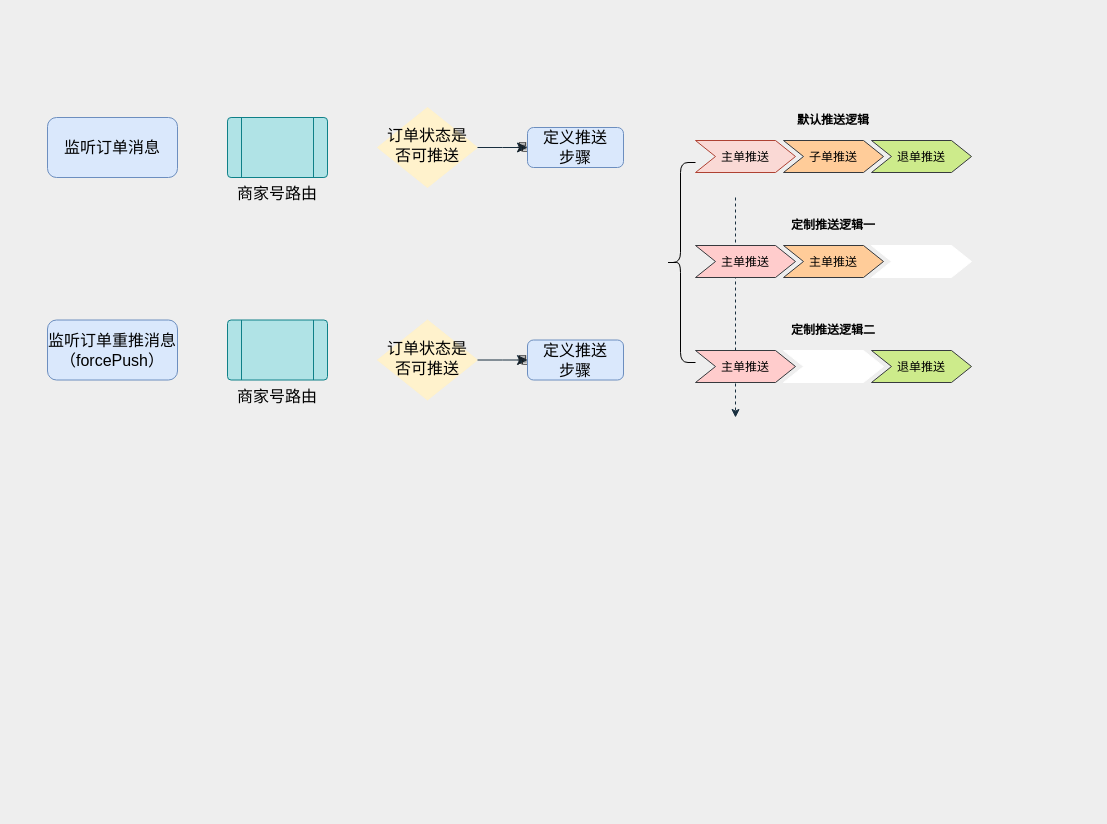
sjh724/draw.io keeps this draw.io diagram as 订单推送线下补偿逻辑.drawio. Above is the earlier version. Source tidied: cells renumbered, new cells numbered last; positions are measured from the earlier drawing's top-left corner, leaving out a move shared by most shapes. Both pictures are drawn from the tidied source at 100%, with x=0, y=0 at pixel (47, 107).
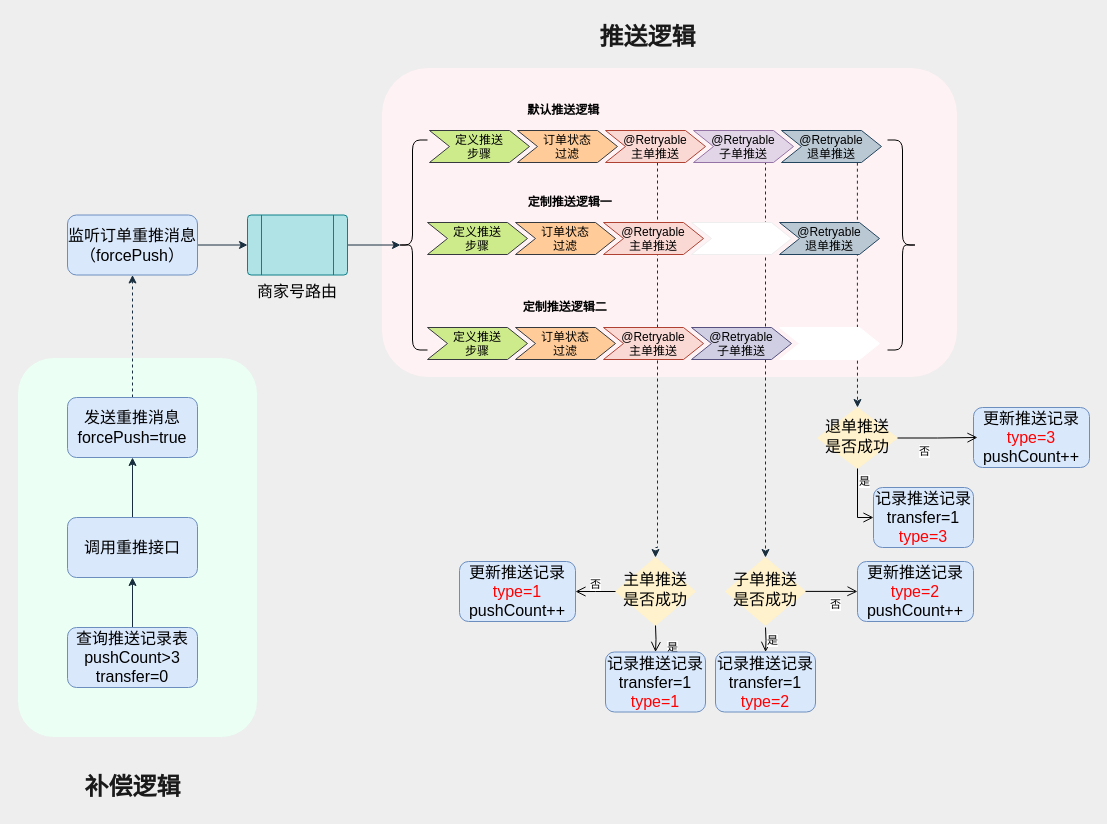
The same diagram, later.

Commit message (it also covers changes not shown here):
更新订单推送线下补偿逻辑.drawio

Change to the diagram source:
```diff
@@
-    <mxCell id="2" value="监听订单消息" style="rounded=1;whiteSpace=wrap;html=1;fontSize=16;glass=0;strokeWidth=1;shadow=0;fillColor=#dae8fc;strokeColor=#6c8ebf;" parent="1" vertex="1">
-      <mxGeometry y="10" width="130" height="60" as="geometry" />
-    </mxCell>
+    <mxCell id="26" style="rounded=1;whiteSpace=wrap;html=1;sketch=0;fontSize=12;fontColor=#1A1A1A;strokeColor=#EEEEEE;fillColor=#FFF2F4;" parent="1" vertex="1">
+      <mxGeometry x="334" y="-40" width="576" height="310" as="geometry" />
+    </mxCell>
+    <mxCell id="27" style="rounded=1;whiteSpace=wrap;html=1;sketch=0;fontSize=12;fontColor=#1A1A1A;strokeColor=#EEEEEE;fillColor=#EBFFF4;" parent="1" vertex="1">
+      <mxGeometry x="-30" y="250" width="240" height="380" as="geometry" />
+    </mxCell>
+    <mxCell id="28" style="edgeStyle=orthogonalEdgeStyle;endArrow=classic;html=1;rounded=0;sketch=0;fontSize=16;fontColor=#1A1A1A;strokeColor=#182E3E;dashed=1;exitX=0.759;exitY=1.005;exitDx=0;exitDy=0;exitPerimeter=0;entryX=0.5;entryY=0;entryDx=0;entryDy=0;startSize=6;endSize=6;jumpSize=6;" parent="1" edge="1" source="31" target="49">
+      <mxGeometry relative="1" as="geometry" />
+    </mxCell>
+    <mxCell id="29" style="edgeStyle=segmentEdgeStyle;endArrow=classic;html=1;rounded=0;sketch=0;fontSize=16;fontColor=#1A1A1A;strokeColor=#182E3E;dashed=1;exitX=0.731;exitY=1.002;exitDx=0;exitDy=0;exitPerimeter=0;entryX=0.5;entryY=0;entryDx=0;entryDy=0;" parent="1" edge="1" source="30" target="52">
+      <mxGeometry relative="1" as="geometry" />
+    </mxCell>
+    <mxCell id="5" style="edgeStyle=orthogonalEdgeStyle;endArrow=classic;html=1;rounded=0;sketch=0;fontSize=16;fontColor=#1A1A1A;strokeColor=#182E3E;dashed=1;entryX=0.5;entryY=0;entryDx=0;entryDy=0;" parent="1" edge="1" source="6" target="55">
+      <mxGeometry relative="1" as="geometry">
+        <Array as="points">
+          <mxPoint x="610" y="440" />
+          <mxPoint x="608" y="440" />
+        </Array>
+      </mxGeometry>
+    </mxCell>
     <mxCell id="3" style="shape=curlyBracket;whiteSpace=wrap;html=1;rounded=1;sketch=0;fontSize=16;fontColor=#1A1A1A;strokeColor=#000000;fillColor=#FFF2CC;" parent="1" vertex="1">
-      <mxGeometry x="618" y="55" width="30" height="200" as="geometry" />
+      <mxGeometry x="350" y="32.5" width="30" height="210" as="geometry" />
     </mxCell>
-    <mxCell id="4" value="默认推送逻辑" style="swimlane;horizontal=1;fillColor=none;strokeColor=none;stackBorder=10;align=center;fontColor=#000000;rounded=0;sketch=0;fontSize=12;" parent="1" vertex="1">
-      <mxGeometry x="638" width="296" height="75" as="geometry" />
+    <mxCell id="4" value="默认推送逻辑                                                       " style="swimlane;horizontal=1;fillColor=none;strokeColor=none;stackBorder=10;align=center;fontColor=#000000;rounded=0;sketch=0;fontSize=12;" parent="1" vertex="1">
+      <mxGeometry x="372" y="-10" width="472" height="75" as="geometry" />
     </mxCell>
-    <mxCell id="5" style="edgeStyle=segmentEdgeStyle;endArrow=classic;html=1;rounded=0;sketch=0;fontSize=16;fontColor=#1A1A1A;strokeColor=#182E3E;dashed=1;" parent="4" edge="1">
-      <mxGeometry relative="1" as="geometry">
-        <mxPoint x="50" y="90" as="sourcePoint" />
-        <mxPoint x="50" y="310" as="targetPoint" />
-      </mxGeometry>
-    </mxCell>
+    <mxCell id="8" value="定义推送&#10;步骤" style="shape=step;perimeter=stepPerimeter;fixedSize=1;rounded=0;sketch=0;fontSize=12;strokeColor=#36393d;fillColor=#cdeb8b;" parent="4" vertex="1">
+      <mxGeometry x="10" y="33" width="100" height="32" as="geometry" />
+    </mxCell>
+    <mxCell id="7" value="订单状态&#10;过滤" style="shape=step;perimeter=stepPerimeter;fixedSize=1;rounded=0;sketch=0;fontSize=12;strokeColor=#36393d;fillColor=#ffcc99;" parent="4" vertex="1">
+      <mxGeometry x="98" y="33" width="100" height="32" as="geometry" />
+    </mxCell>
-    <mxCell id="6" value="主单推送" style="shape=step;perimeter=stepPerimeter;fixedSize=1;points=[];rounded=0;sketch=0;fontSize=12;strokeColor=#ae4132;fillColor=#fad9d5;" parent="4" vertex="1">
-      <mxGeometry x="10" y="33" width="100" height="32" as="geometry" />
+    <mxCell id="6" value="@Retryable&#10;主单推送" style="shape=step;perimeter=stepPerimeter;fixedSize=1;points=[];rounded=0;sketch=0;fontSize=12;strokeColor=#ae4132;fillColor=#fad9d5;" parent="4" vertex="1">
+      <mxGeometry x="186" y="33" width="100" height="32" as="geometry" />
     </mxCell>
-    <mxCell id="7" value="子单推送" style="shape=step;perimeter=stepPerimeter;fixedSize=1;rounded=0;sketch=0;fontSize=12;strokeColor=#36393d;fillColor=#ffcc99;" parent="4" vertex="1">
-      <mxGeometry x="98" y="33" width="100" height="32" as="geometry" />
-    </mxCell>
-    <mxCell id="8" value="退单推送" style="shape=step;perimeter=stepPerimeter;fixedSize=1;rounded=0;sketch=0;fontSize=12;strokeColor=#36393d;fillColor=#cdeb8b;" parent="4" vertex="1">
-      <mxGeometry x="186" y="33" width="100" height="32" as="geometry" />
-    </mxCell>
+    <mxCell id="30" value="@Retryable&#10;子单推送" style="shape=step;perimeter=stepPerimeter;fixedSize=1;points=[];rounded=0;sketch=0;fontSize=12;strokeColor=#9673a6;fillColor=#e1d5e7;" parent="4" vertex="1">
+      <mxGeometry x="274" y="33" width="100" height="32" as="geometry" />
+    </mxCell>
+    <mxCell id="31" value="@Retryable&#10;退单推送" style="shape=step;perimeter=stepPerimeter;fixedSize=1;points=[];rounded=0;sketch=0;fontSize=12;strokeColor=#23445d;fillColor=#bac8d3;" parent="4" vertex="1">
+      <mxGeometry x="362" y="33" width="100" height="32" as="geometry" />
+    </mxCell>
-    <mxCell id="9" value="定制推送逻辑二" style="swimlane;horizontal=1;fillColor=none;strokeColor=none;stackBorder=10;align=center;fontColor=#000000;rounded=0;sketch=0;fontSize=12;startSize=23;" parent="1" vertex="1">
-      <mxGeometry x="638" y="210" width="296" height="75" as="geometry" />
+    <mxCell id="9" value="定制推送逻辑二                                                     " style="swimlane;horizontal=1;fillColor=none;strokeColor=none;stackBorder=10;align=center;fontColor=#000000;rounded=0;sketch=0;fontSize=12;startSize=23;" parent="1" vertex="1">
+      <mxGeometry x="370" y="187" width="472" height="75" as="geometry" />
     </mxCell>
-    <mxCell id="10" value="主单推送" style="shape=step;perimeter=stepPerimeter;fixedSize=1;rounded=0;sketch=0;fontSize=12;strokeColor=#36393d;fillColor=#ffcccc;" parent="9" vertex="1">
+    <mxCell id="10" value="定义推送&#10;步骤" style="shape=step;perimeter=stepPerimeter;fixedSize=1;rounded=0;sketch=0;fontSize=12;strokeColor=#36393d;fillColor=#cdeb8b;" parent="9" vertex="1">
       <mxGeometry x="10" y="33" width="100" height="32" as="geometry" />
     </mxCell>
-    <mxCell id="11" style="shape=step;perimeter=stepPerimeter;fixedSize=1;rounded=0;sketch=0;fontSize=12;fontColor=#1A1A1A;strokeColor=#FFFFFF;fillColor=#FFFFFF;" parent="9" vertex="1">
+    <mxCell id="11" value="订单状态&#10;过滤" style="shape=step;perimeter=stepPerimeter;fixedSize=1;rounded=0;sketch=0;fontSize=12;strokeColor=#36393d;fillColor=#ffcc99;" parent="9" vertex="1">
       <mxGeometry x="98" y="33" width="100" height="32" as="geometry" />
     </mxCell>
-    <mxCell id="12" value="退单推送" style="shape=step;perimeter=stepPerimeter;fixedSize=1;rounded=0;sketch=0;fontSize=12;strokeColor=#36393d;fillColor=#cdeb8b;" parent="9" vertex="1">
+    <mxCell id="12" value="@Retryable&#10;主单推送" style="shape=step;perimeter=stepPerimeter;fixedSize=1;rounded=0;sketch=0;fontSize=12;strokeColor=#ae4132;fillColor=#fad9d5;" parent="9" vertex="1">
       <mxGeometry x="186" y="33" width="100" height="32" as="geometry" />
     </mxCell>
+    <mxCell id="32" value="@Retryable&#10;子单推送" style="shape=step;perimeter=stepPerimeter;fixedSize=1;rounded=0;sketch=0;fontSize=12;strokeColor=#56517e;fillColor=#d0cee2;" parent="9" vertex="1">
+      <mxGeometry x="274" y="33" width="100" height="32" as="geometry" />
+    </mxCell>
+    <mxCell id="33" style="shape=step;perimeter=stepPerimeter;fixedSize=1;rounded=0;sketch=0;fontSize=12;strokeColor=#FFFFFF;fillColor=#FFFFFF;" parent="9" vertex="1">
+      <mxGeometry x="362" y="33" width="100" height="32" as="geometry" />
+    </mxCell>
-    <mxCell id="13" value="定制推送逻辑一" style="swimlane;horizontal=1;fillColor=none;strokeColor=none;stackBorder=10;align=center;fontColor=#000000;rounded=0;sketch=0;fontSize=12;startSize=23;" parent="1" vertex="1">
-      <mxGeometry x="638" y="105" width="296" height="75" as="geometry" />
+    <mxCell id="13" value="定制推送逻辑一                                                  " style="swimlane;horizontal=1;fillColor=none;strokeColor=none;stackBorder=10;align=center;fontColor=#000000;rounded=0;sketch=0;fontSize=12;startSize=23;" parent="1" vertex="1">
+      <mxGeometry x="370" y="82" width="472" height="75" as="geometry" />
     </mxCell>
-    <mxCell id="14" value="主单推送" style="shape=step;perimeter=stepPerimeter;fixedSize=1;rounded=0;sketch=0;fontSize=12;strokeColor=#36393d;fillColor=#ffcccc;" parent="13" vertex="1">
+    <mxCell id="14" value="定义推送&#10;步骤" style="shape=step;perimeter=stepPerimeter;fixedSize=1;rounded=0;sketch=0;fontSize=12;strokeColor=#36393d;fillColor=#cdeb8b;" parent="13" vertex="1">
       <mxGeometry x="10" y="33" width="100" height="32" as="geometry" />
     </mxCell>
-    <mxCell id="15" value="主单推送" style="shape=step;perimeter=stepPerimeter;fixedSize=1;rounded=0;sketch=0;fontSize=12;strokeColor=#36393d;fillColor=#ffcc99;" parent="13" vertex="1">
+    <mxCell id="15" value="订单状态&#10;过滤" style="shape=step;perimeter=stepPerimeter;fixedSize=1;rounded=0;sketch=0;fontSize=12;strokeColor=#36393d;fillColor=#ffcc99;" parent="13" vertex="1">
       <mxGeometry x="98" y="33" width="100" height="32" as="geometry" />
     </mxCell>
-    <mxCell id="16" style="shape=step;perimeter=stepPerimeter;fixedSize=1;rounded=0;sketch=0;fontSize=12;fontColor=#1A1A1A;strokeColor=#FFFFFF;fillColor=#FFFFFF;" parent="13" vertex="1">
+    <mxCell id="16" value="@Retryable&#10;主单推送" style="shape=step;perimeter=stepPerimeter;fixedSize=1;rounded=0;sketch=0;fontSize=12;strokeColor=#ae4132;fillColor=#fad9d5;" parent="13" vertex="1">
       <mxGeometry x="186" y="33" width="100" height="32" as="geometry" />
     </mxCell>
-    <mxCell id="17" value="订单状态是否可推送" style="rhombus;whiteSpace=wrap;html=1;shadow=0;fontFamily=Helvetica;fontSize=16;align=center;strokeWidth=1;spacing=6;spacingTop=-4;fillColor=#FFF2CC;strokeColor=#FFF2CC;" parent="1" vertex="1">
-      <mxGeometry x="330" width="100" height="80" as="geometry" />
-    </mxCell>
-    <mxCell id="18" value="是" style="rounded=0;html=1;jettySize=auto;fontSize=11;endArrow=classic;endFill=1;endSize=8;strokeWidth=1;shadow=0;labelBackgroundColor=none;edgeStyle=orthogonalEdgeStyle;strokeColor=#182E3E;fontColor=#1A1A1A;exitX=1;exitY=0.5;exitDx=0;exitDy=0;" parent="1" edge="1" source="17">
-      <mxGeometry y="20" relative="1" as="geometry">
-        <mxPoint x="480" y="40" as="targetPoint" />
-      </mxGeometry>
-    </mxCell>
-    <mxCell id="19" value="定义推送&lt;br&gt;步骤" style="rounded=1;whiteSpace=wrap;html=1;fontSize=16;glass=0;strokeWidth=1;shadow=0;fillColor=#dae8fc;strokeColor=#6c8ebf;" parent="1" vertex="1">
-      <mxGeometry x="480" y="20" width="96" height="40" as="geometry" />
-    </mxCell>
+    <mxCell id="34" style="shape=step;perimeter=stepPerimeter;fixedSize=1;rounded=0;sketch=0;fontSize=12;strokeColor=#EEEEEE;fillColor=#FFFFFF;" parent="13" vertex="1">
+      <mxGeometry x="274" y="33" width="100" height="32" as="geometry" />
+    </mxCell>
+    <mxCell id="35" value="@Retryable&#10;退单推送" style="shape=step;perimeter=stepPerimeter;fixedSize=1;rounded=0;sketch=0;fontSize=12;strokeColor=#23445d;fillColor=#bac8d3;" parent="13" vertex="1">
+      <mxGeometry x="362" y="33" width="100" height="32" as="geometry" />
+    </mxCell>
+    <mxCell id="36" style="edgeStyle=orthogonalEdgeStyle;rounded=0;sketch=0;jettySize=auto;html=1;fontSize=12;fontColor=#1A1A1A;endArrow=classic;endFill=1;strokeColor=#182E3E;" parent="1" edge="1" source="20" target="22">
+      <mxGeometry relative="1" as="geometry" />
+    </mxCell>
     <mxCell id="20" value="监听订单重推消息&lt;br&gt;（forcePush）" style="rounded=1;whiteSpace=wrap;html=1;fontSize=16;glass=0;strokeWidth=1;shadow=0;fillColor=#dae8fc;strokeColor=#6c8ebf;" parent="1" vertex="1">
-      <mxGeometry y="212.5" width="130" height="60" as="geometry" />
+      <mxGeometry x="20" y="107.5" width="130" height="60" as="geometry" />
     </mxCell>
-    <mxCell id="21" value="&lt;span style=&quot;font-size: 16px&quot;&gt;商家号路由&lt;/span&gt;" style="verticalLabelPosition=bottom;verticalAlign=top;html=1;shape=process;whiteSpace=wrap;rounded=1;size=0.14;arcSize=6;sketch=0;fontSize=12;strokeColor=#0e8088;fillColor=#b0e3e6;" parent="1" vertex="1">
-      <mxGeometry x="180" y="10" width="100" height="60" as="geometry" />
-    </mxCell>
+    <mxCell id="37" style="edgeStyle=orthogonalEdgeStyle;rounded=0;sketch=0;jettySize=auto;html=1;fontSize=12;fontColor=#1A1A1A;endArrow=classic;endFill=1;strokeColor=#182E3E;entryX=0.1;entryY=0.5;entryDx=0;entryDy=0;entryPerimeter=0;" parent="1" edge="1" source="22" target="3">
+      <mxGeometry relative="1" as="geometry" />
+    </mxCell>
     <mxCell id="22" value="&lt;span style=&quot;font-size: 16px&quot;&gt;商家号路由&lt;/span&gt;" style="verticalLabelPosition=bottom;verticalAlign=top;html=1;shape=process;whiteSpace=wrap;rounded=1;size=0.14;arcSize=6;sketch=0;fontSize=12;strokeColor=#0e8088;fillColor=#b0e3e6;" parent="1" vertex="1">
-      <mxGeometry x="180" y="212.5" width="100" height="60" as="geometry" />
+      <mxGeometry x="200" y="107.5" width="100" height="60" as="geometry" />
     </mxCell>
-    <mxCell id="23" value="订单状态是否可推送" style="rhombus;whiteSpace=wrap;html=1;shadow=0;fontFamily=Helvetica;fontSize=16;align=center;strokeWidth=1;spacing=6;spacingTop=-4;fillColor=#FFF2CC;strokeColor=#FFF2CC;" parent="1" vertex="1">
-      <mxGeometry x="330" y="212.5" width="100" height="80" as="geometry" />
-    </mxCell>
-    <mxCell id="24" value="是" style="rounded=0;html=1;jettySize=auto;fontSize=11;endArrow=classic;endFill=1;endSize=8;strokeWidth=1;shadow=0;labelBackgroundColor=none;edgeStyle=orthogonalEdgeStyle;strokeColor=#182E3E;fontColor=#1A1A1A;exitX=1;exitY=0.5;exitDx=0;exitDy=0;" parent="1" edge="1" source="23">
-      <mxGeometry y="20" relative="1" as="geometry">
-        <mxPoint x="480" y="252.5" as="targetPoint" />
-      </mxGeometry>
-    </mxCell>
-    <mxCell id="25" value="定义推送&lt;br&gt;步骤" style="rounded=1;whiteSpace=wrap;html=1;fontSize=16;glass=0;strokeWidth=1;shadow=0;fillColor=#dae8fc;strokeColor=#6c8ebf;" parent="1" vertex="1">
-      <mxGeometry x="480" y="232.5" width="96" height="40" as="geometry" />
-    </mxCell>
+    <mxCell id="38" style="shape=curlyBracket;whiteSpace=wrap;html=1;rounded=1;flipH=1;sketch=0;fontSize=12;fontColor=#1A1A1A;strokeColor=#000000;fillColor=#000000;" parent="1" vertex="1">
+      <mxGeometry x="840" y="32.5" width="30" height="210" as="geometry" />
+    </mxCell>
+    <mxCell id="39" style="edgeStyle=orthogonalEdgeStyle;rounded=0;sketch=0;jettySize=auto;html=1;fontSize=12;fontColor=#1A1A1A;endArrow=classic;endFill=1;strokeColor=#182E3E;" parent="1" edge="1" source="40" target="42">
+      <mxGeometry relative="1" as="geometry" />
+    </mxCell>
+    <mxCell id="40" value="查询推送记录表&lt;br&gt;pushCount&amp;gt;3&lt;br&gt;transfer=0" style="rounded=1;whiteSpace=wrap;html=1;fontSize=16;glass=0;strokeWidth=1;shadow=0;fillColor=#dae8fc;strokeColor=#6c8ebf;" parent="1" vertex="1">
+      <mxGeometry x="20" y="520" width="130" height="60" as="geometry" />
+    </mxCell>
+    <mxCell id="41" style="edgeStyle=orthogonalEdgeStyle;rounded=0;sketch=0;jettySize=auto;html=1;fontSize=12;fontColor=#1A1A1A;endArrow=classic;endFill=1;strokeColor=#182E3E;" parent="1" edge="1" source="42" target="44">
+      <mxGeometry relative="1" as="geometry" />
+    </mxCell>
+    <mxCell id="42" value="调用重推接口" style="rounded=1;whiteSpace=wrap;html=1;fontSize=16;glass=0;strokeWidth=1;shadow=0;fillColor=#dae8fc;strokeColor=#6c8ebf;" parent="1" vertex="1">
+      <mxGeometry x="20" y="410" width="130" height="60" as="geometry" />
+    </mxCell>
+    <mxCell id="43" style="edgeStyle=orthogonalEdgeStyle;rounded=0;sketch=0;jettySize=auto;html=1;fontSize=12;fontColor=#1A1A1A;endArrow=classic;endFill=1;strokeColor=#182E3E;dashed=1;" parent="1" edge="1" source="44" target="20">
+      <mxGeometry relative="1" as="geometry" />
+    </mxCell>
+    <mxCell id="44" value="发送重推消息&lt;br&gt;forcePush=true" style="rounded=1;whiteSpace=wrap;html=1;fontSize=16;glass=0;strokeWidth=1;shadow=0;fillColor=#dae8fc;strokeColor=#6c8ebf;" parent="1" vertex="1">
+      <mxGeometry x="20" y="290" width="130" height="60" as="geometry" />
+    </mxCell>
+    <mxCell id="45" value="补偿逻辑" style="text;strokeColor=none;fillColor=none;html=1;fontSize=24;fontStyle=1;verticalAlign=middle;align=center;rounded=0;sketch=0;fontColor=#1A1A1A;" parent="1" vertex="1">
+      <mxGeometry x="35" y="660" width="100" height="40" as="geometry" />
+    </mxCell>
+    <mxCell id="46" value="推送逻辑" style="text;strokeColor=none;fillColor=none;html=1;fontSize=24;fontStyle=1;verticalAlign=middle;align=center;rounded=0;sketch=0;fontColor=#1A1A1A;" parent="1" vertex="1">
+      <mxGeometry x="550" y="-90" width="100" height="40" as="geometry" />
+    </mxCell>
+    <mxCell id="47" value="记录推送记录&lt;br&gt;transfer=1&lt;br&gt;&lt;font color=&quot;#ff0000&quot;&gt;type=2&lt;/font&gt;" style="rounded=1;whiteSpace=wrap;html=1;fontSize=16;glass=0;strokeWidth=1;shadow=0;fillColor=#dae8fc;strokeColor=#6c8ebf;" parent="1" vertex="1">
+      <mxGeometry x="668" y="544.5" width="100" height="60" as="geometry" />
+    </mxCell>
+    <mxCell id="48" value="更新推送记录&lt;br&gt;&lt;font color=&quot;#ff0000&quot;&gt;type=3&lt;/font&gt;&lt;br&gt;pushCount++" style="rounded=1;whiteSpace=wrap;html=1;fontSize=16;glass=0;strokeWidth=1;shadow=0;fillColor=#dae8fc;strokeColor=#6c8ebf;" parent="1" vertex="1">
+      <mxGeometry x="926" y="300" width="116" height="60" as="geometry" />
+    </mxCell>
+    <mxCell id="49" value="退单推送&lt;br&gt;是否成功" style="rhombus;whiteSpace=wrap;html=1;shadow=0;fontFamily=Helvetica;fontSize=16;align=center;strokeWidth=1;spacing=6;spacingTop=-4;fillColor=#FFF2CC;strokeColor=#FFF2CC;" parent="1" vertex="1">
+      <mxGeometry x="770" y="300" width="80" height="61" as="geometry" />
+    </mxCell>
+    <mxCell id="50" value="是" style="edgeStyle=orthogonalEdgeStyle;html=1;align=left;verticalAlign=top;endArrow=open;endSize=8;strokeColor=#000000;rounded=0;entryX=0;entryY=0.5;entryDx=0;entryDy=0;" parent="1" edge="1" target="61">
+      <mxGeometry x="-1" relative="1" as="geometry">
+        <mxPoint x="810" y="361" as="sourcePoint" />
+        <Array as="points">
+          <mxPoint x="810" y="410" />
+        </Array>
+      </mxGeometry>
+    </mxCell>
+    <mxCell id="51" value="否" style="edgeStyle=orthogonalEdgeStyle;html=1;align=left;verticalAlign=top;endArrow=open;endSize=8;strokeColor=#000000;rounded=0;exitX=1;exitY=0.5;exitDx=0;exitDy=0;" parent="1" edge="1" source="49">
+      <mxGeometry x="-0.5" relative="1" as="geometry">
+        <mxPoint x="930" y="330" as="targetPoint" />
+        <Array as="points">
+          <mxPoint x="890" y="330" />
+          <mxPoint x="968" y="330" />
+        </Array>
+      </mxGeometry>
+    </mxCell>
+    <mxCell id="52" value="子单推送&lt;br&gt;是否成功" style="rhombus;whiteSpace=wrap;html=1;shadow=0;fontFamily=Helvetica;fontSize=16;align=center;strokeWidth=1;spacing=6;spacingTop=-4;fillColor=#FFF2CC;strokeColor=#FFF2CC;" parent="1" vertex="1">
+      <mxGeometry x="678" y="450" width="80" height="68" as="geometry" />
+    </mxCell>
+    <mxCell id="53" value="是" style="edgeStyle=orthogonalEdgeStyle;html=1;align=left;verticalAlign=top;endArrow=open;endSize=8;strokeColor=#000000;rounded=0;entryX=0.5;entryY=0;entryDx=0;entryDy=0;" parent="1" edge="1" target="47">
+      <mxGeometry x="-1" relative="1" as="geometry">
+        <mxPoint x="718" y="520" as="sourcePoint" />
+      </mxGeometry>
+    </mxCell>
+    <mxCell id="54" value="否" style="edgeStyle=orthogonalEdgeStyle;html=1;align=left;verticalAlign=top;endArrow=open;endSize=8;strokeColor=#000000;rounded=0;startArrow=none;entryX=0;entryY=0.5;entryDx=0;entryDy=0;" parent="1" edge="1" target="60">
+      <mxGeometry x="-0.12" relative="1" as="geometry">
+        <mxPoint x="758" y="483.9" as="sourcePoint" />
+        <Array as="points">
+          <mxPoint x="806" y="484" />
+        </Array>
+      </mxGeometry>
+    </mxCell>
+    <mxCell id="55" value="主单推送&lt;br&gt;是否成功" style="rhombus;whiteSpace=wrap;html=1;shadow=0;fontFamily=Helvetica;fontSize=16;align=center;strokeWidth=1;spacing=6;spacingTop=-4;fillColor=#FFF2CC;strokeColor=#FFF2CC;" parent="1" vertex="1">
+      <mxGeometry x="568" y="450" width="80" height="68" as="geometry" />
+    </mxCell>
+    <mxCell id="56" value="是" style="edgeStyle=orthogonalEdgeStyle;html=1;align=left;verticalAlign=top;endArrow=open;endSize=8;strokeColor=#000000;rounded=0;entryX=0.5;entryY=0;entryDx=0;entryDy=0;" parent="1" edge="1" target="59">
+      <mxGeometry x="-0.36" y="10" relative="1" as="geometry">
+        <mxPoint x="608" y="518" as="sourcePoint" />
+      </mxGeometry>
+    </mxCell>
+    <mxCell id="57" value="否" style="edgeStyle=orthogonalEdgeStyle;html=1;align=left;verticalAlign=top;endArrow=open;endSize=8;strokeColor=#000000;rounded=0;entryX=1;entryY=0.5;entryDx=0;entryDy=0;exitX=0;exitY=0.5;exitDx=0;exitDy=0;" parent="1" edge="1" source="55" target="58">
+      <mxGeometry x="0.35" y="-20" relative="1" as="geometry">
+        <Array as="points">
+          <mxPoint x="548" y="484" />
+        </Array>
+      </mxGeometry>
+    </mxCell>
+    <mxCell id="58" value="更新推送记录&lt;br&gt;&lt;font color=&quot;#ff0000&quot;&gt;type=1&lt;/font&gt;&lt;br&gt;pushCount++" style="rounded=1;whiteSpace=wrap;html=1;fontSize=16;glass=0;strokeWidth=1;shadow=0;fillColor=#dae8fc;strokeColor=#6c8ebf;" parent="1" vertex="1">
+      <mxGeometry x="412" y="454" width="116" height="60" as="geometry" />
+    </mxCell>
+    <mxCell id="59" value="记录推送记录&lt;br&gt;transfer=1&lt;br&gt;&lt;font color=&quot;#ff0000&quot;&gt;type=1&lt;/font&gt;" style="rounded=1;whiteSpace=wrap;html=1;fontSize=16;glass=0;strokeWidth=1;shadow=0;fillColor=#dae8fc;strokeColor=#6c8ebf;" parent="1" vertex="1">
+      <mxGeometry x="558" y="544.5" width="100" height="60" as="geometry" />
+    </mxCell>
+    <mxCell id="60" value="更新推送记录&lt;br&gt;&lt;font color=&quot;#ff0000&quot;&gt;type=2&lt;/font&gt;&lt;br&gt;pushCount++" style="rounded=1;whiteSpace=wrap;html=1;fontSize=16;glass=0;strokeWidth=1;shadow=0;fillColor=#dae8fc;strokeColor=#6c8ebf;" parent="1" vertex="1">
+      <mxGeometry x="810" y="454" width="116" height="60" as="geometry" />
+    </mxCell>
+    <mxCell id="61" value="记录推送记录&lt;br&gt;transfer=1&lt;br&gt;&lt;font color=&quot;#ff0000&quot;&gt;type=3&lt;/font&gt;" style="rounded=1;whiteSpace=wrap;html=1;fontSize=16;glass=0;strokeWidth=1;shadow=0;fillColor=#dae8fc;strokeColor=#6c8ebf;" parent="1" vertex="1">
+      <mxGeometry x="826" y="380" width="100" height="60" as="geometry" />
+    </mxCell>
```
